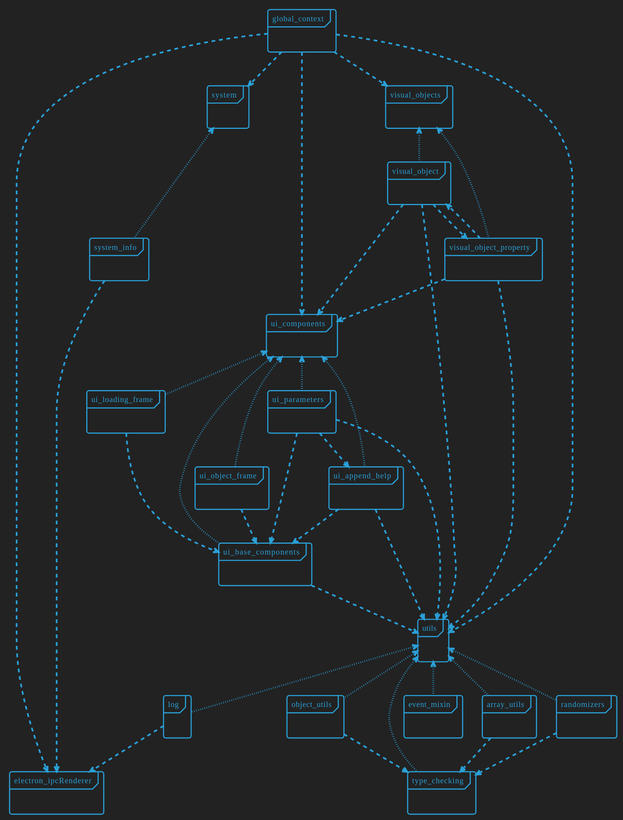
This is docs/out/modules/modules.svg from Picorims/wav2bar, a PlantUML export, as it was before one commit.
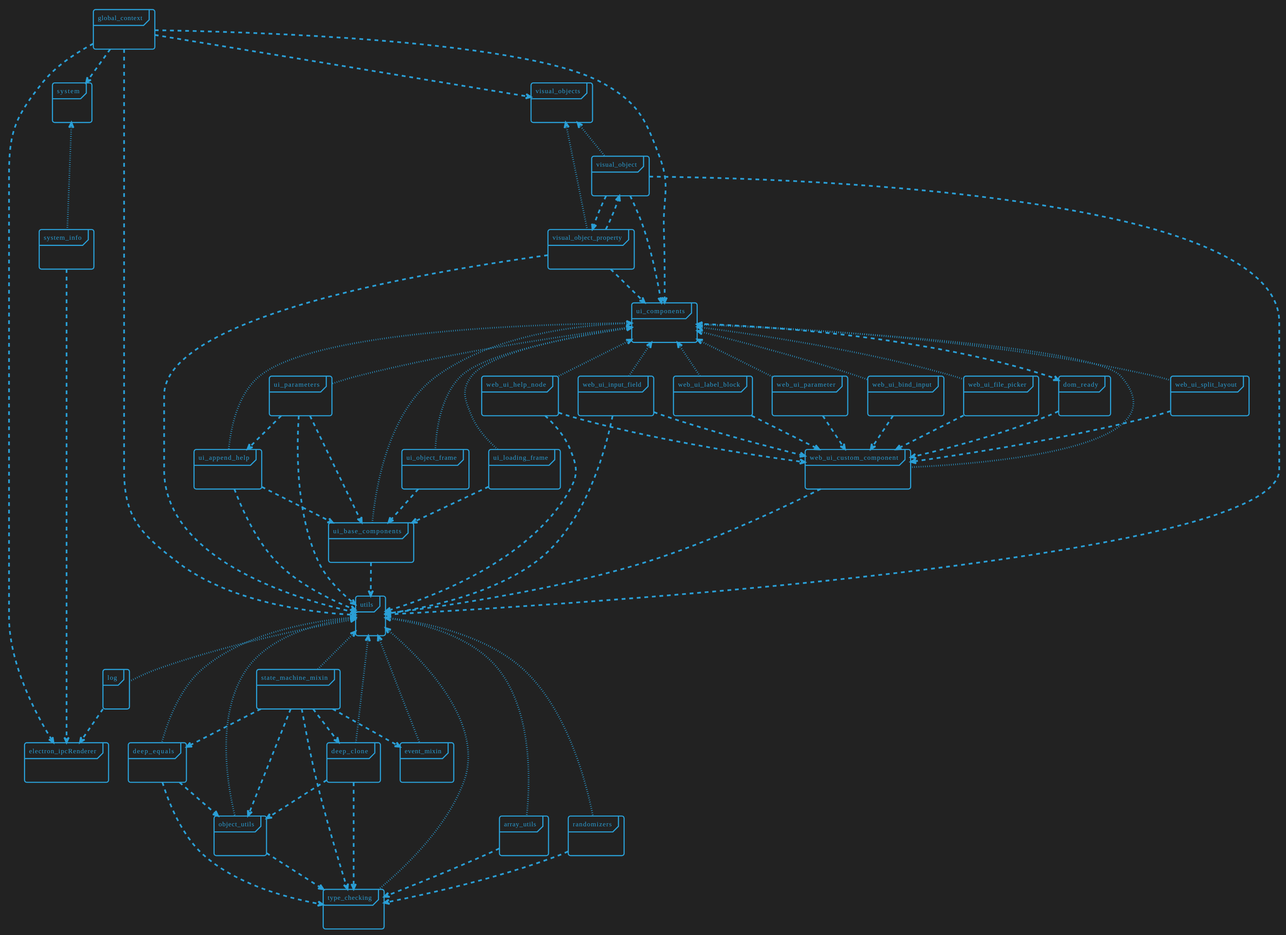
Later version of the same file.

The edit, as a diff of the source:
```diff
@@ -32,6 +32,17 @@
 
 package "ui_components" {}
 ui_components <.[dotted]. ui_base_components
+ui_components <.[dotted]. web_ui_custom_component
+
+ui_components <.[dotted]. web_ui_split_layout
+ui_components <.[dotted]. web_ui_label_block
+ui_components <.[dotted]. web_ui_parameter
+ui_components <.[dotted]. web_ui_help_node
+ui_components <.[dotted]. web_ui_bind_input
+ui_components <.[dotted]. web_ui_file_picker
+ui_components <.[dotted]. web_ui_input_field
+
+ui_components ..> dom_ready
 ui_components <.[dotted]. ui_parameters
 ui_components <.[dotted]. ui_append_help
 ui_components <.[dotted]. ui_object_frame
@@ -39,6 +50,29 @@
 
 package "ui_base_components" {}
 ui_base_components ..> utils
+
+package "web_ui_custom_component" {}
+web_ui_custom_component ..> utils
+
+package "web_ui_split_layout" {}
+web_ui_split_layout ..> web_ui_custom_component
+package "web_ui_label_block" {}
+web_ui_label_block ..> web_ui_custom_component
+package "web_ui_parameter" {}
+web_ui_parameter ..> web_ui_custom_component
+package "web_ui_help_node" {}
+web_ui_help_node ..> web_ui_custom_component
+web_ui_help_node ..> utils
+package "web_ui_bind_input" {}
+web_ui_bind_input ..> web_ui_custom_component
+package "web_ui_file_picker" {}
+web_ui_file_picker ..> web_ui_custom_component
+package "web_ui_input_field" {}
+web_ui_input_field ..> web_ui_custom_component
+web_ui_input_field ..> utils
+
+package "dom_ready" {}
+dom_ready ..> web_ui_custom_component
 
 package "ui_parameters" {}
 ui_parameters ..> utils
@@ -63,7 +97,10 @@
 utils <.[dotted]. array_utils
 utils <.[dotted]. log
 utils <.[dotted]. event_mixin
+utils <.[dotted]. state_machine_mixin
 utils <.[dotted]. object_utils
+utils <.[dotted]. deep_equals
+utils <.[dotted]. deep_clone
 
 package "array_utils" {}
 array_utils ..> type_checking
@@ -78,8 +115,23 @@
 
 package "event_mixin" {}
 
+package "state_machine_mixin" {}
+state_machine_mixin ..> type_checking
+state_machine_mixin ..> event_mixin
+state_machine_mixin ..> object_utils
+state_machine_mixin ..> deep_clone
+state_machine_mixin ..> deep_equals
+
 package "object_utils" {}
 object_utils ..> type_checking
+
+package "deep_equals" {}
+deep_equals ..> type_checking
+deep_equals ..> object_utils
+
+package "deep_clone" {}
+deep_clone ..> type_checking
+deep_clone ..> object_utils
 
 
 
```
